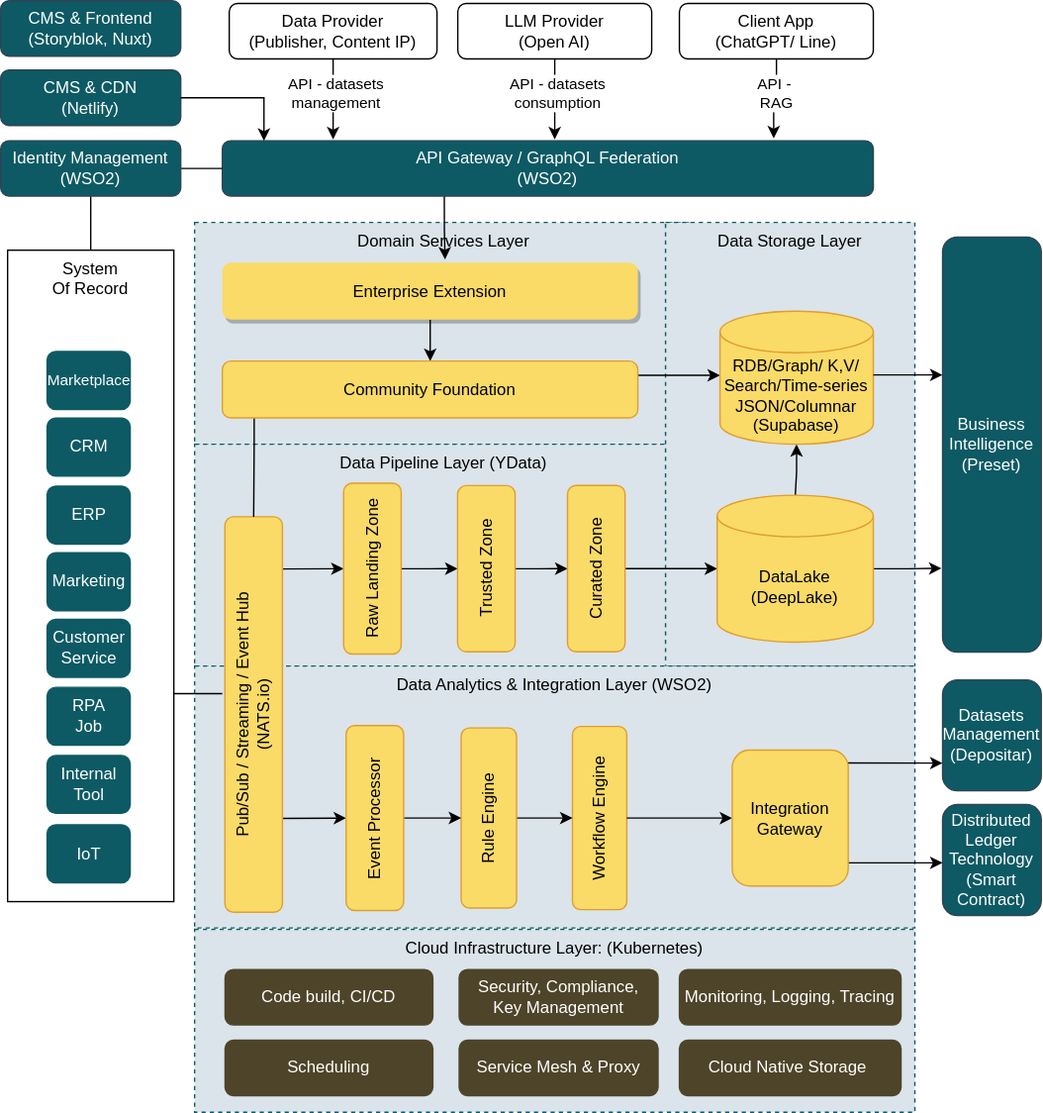
man-chi/foundation keeps this draw.io diagram as antora/docs/modules/ROOT/images/architecture.drawio.svg. Above is the earlier version. Source tidied: cells renumbered, new cells last; positions are measured from the earlier drawing's top-left corner, leaving out a move shared by most shapes.
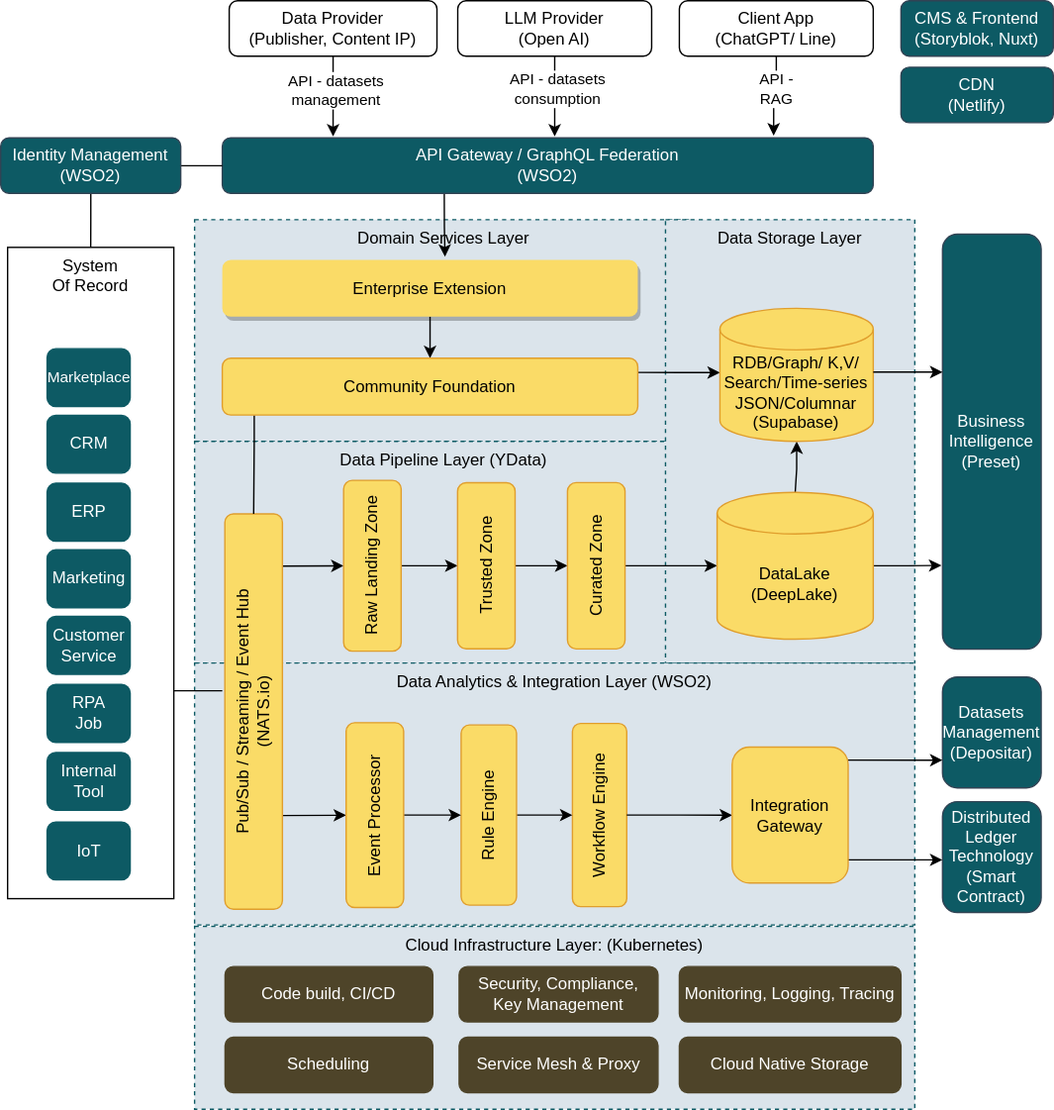
The same file after the commit.

Diff of the diagram source:
```diff
@@ -141,8 +141,8 @@
     <mxCell id="41" style="edgeStyle=orthogonalEdgeStyle;rounded=0;orthogonalLoop=1;jettySize=auto;html=1;exitX=0.5;exitY=1;exitDx=0;exitDy=0;startArrow=none;startFill=0;endArrow=none;endFill=0;strokeColor=#0D5A64;" parent="1" edge="1" source="10" target="10">
       <mxGeometry relative="1" as="geometry" />
     </mxCell>
-    <mxCell id="42" value="CMS &amp;amp; CDN&lt;br&gt;(Netlify)" style="rounded=1;whiteSpace=wrap;html=1;fillColor=#0D5A64;strokeColor=#314354;fontColor=#ffffff;" parent="1" vertex="1">
-      <mxGeometry y="50" width="130" height="40" as="geometry" />
+    <mxCell id="42" value="CDN&lt;br&gt;(Netlify)" style="rounded=1;whiteSpace=wrap;html=1;fillColor=#0D5A64;strokeColor=#314354;fontColor=#ffffff;" parent="1" vertex="1">
+      <mxGeometry x="650" y="50" width="110" height="40" as="geometry" />
     </mxCell>
     <mxCell id="43" value="Code build, CI/CD" style="rounded=1;whiteSpace=wrap;html=1;fillColor=#4E4429;fontColor=#ffffff;strokeColor=#4E4429;" parent="1" vertex="1">
       <mxGeometry x="162" y="699" width="150" height="40" as="geometry" />
@@ -221,15 +221,6 @@
         <mxPoint y="-6" as="offset" />
       </mxGeometry>
     </mxCell>
-    <mxCell id="62" style="edgeStyle=orthogonalEdgeStyle;rounded=0;jettySize=auto;html=1;" parent="1" edge="1" source="42">
-      <mxGeometry relative="1" as="geometry">
-        <mxPoint x="190" y="101" as="targetPoint" />
-        <Array as="points">
-          <mxPoint x="190" y="70" />
-          <mxPoint x="190" y="101" />
-        </Array>
-      </mxGeometry>
-    </mxCell>
     <mxCell id="63" value="DataLake&lt;br&gt;(DeepLake)" style="shape=cylinder3;whiteSpace=wrap;html=1;boundedLbl=1;backgroundOutline=1;size=15;fillStyle=auto;fillColor=#FADB67;strokeColor=#E09E2D;" parent="1" vertex="1">
       <mxGeometry x="517.2" y="356.8" width="112.8" height="106" as="geometry" />
     </mxCell>
@@ -265,7 +256,7 @@
       <mxGeometry x="680" y="580" width="71.2" height="80" as="geometry" />
     </mxCell>
     <mxCell id="70" value="CMS &amp;amp; Frontend&lt;br&gt;(Storyblok, Nuxt)" style="rounded=1;whiteSpace=wrap;html=1;fillColor=#0D5A64;strokeColor=#314354;fontColor=#ffffff;" parent="1" vertex="1">
-      <mxGeometry width="130" height="40" as="geometry" />
+      <mxGeometry x="650" y="2" width="110" height="40" as="geometry" />
     </mxCell>
     <mxCell id="71" value="Integration&lt;br&gt;Gateway" style="rounded=1;whiteSpace=wrap;html=1;fillColor=#FADB67;strokeColor=#E09E2D;rotation=0;direction=north;" parent="1" vertex="1">
       <mxGeometry x="528.1" y="540.6" width="83.8" height="98" as="geometry" />
```
